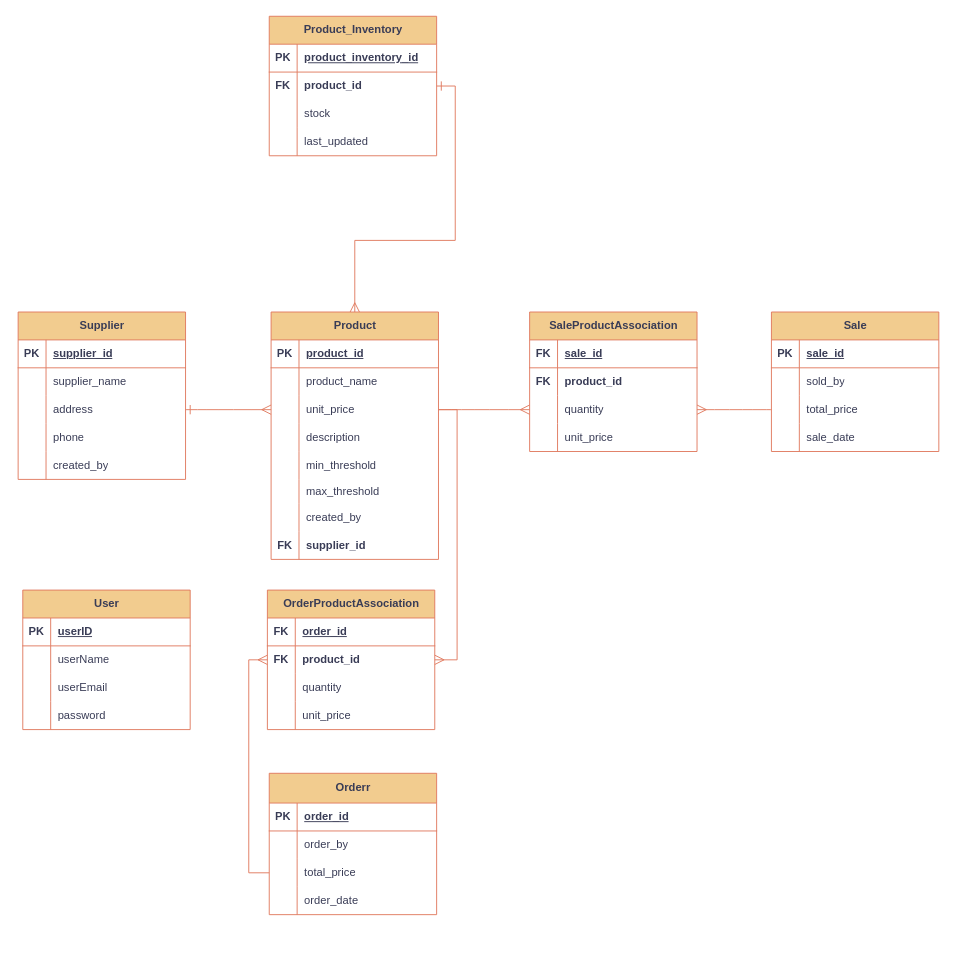
Before: data_modeling.drawio in SoriyaChan/wct2, a draw.io diagram. Source tidied: cells renumbered, new cells numbered last; positions are measured from the earlier drawing's top-left corner, leaving out a move shared by most shapes. Both pictures are drawn from the tidied source at 93%, with x=0, y=0 at pixel (18, 16).
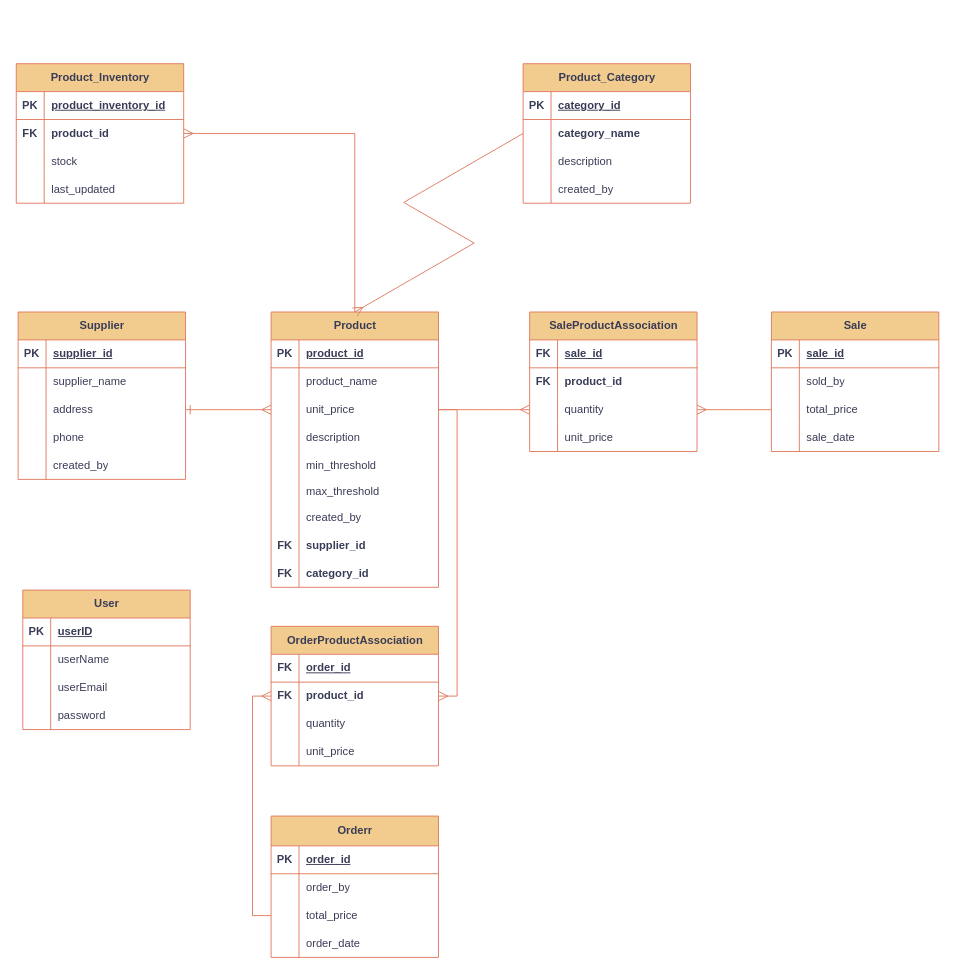
The same diagram, later.

Commit message (it also covers changes not shown here):
product relation (category)

The change refers to these unchanged cells:
```xml
<mxCell id="48" style="shape=tableRow;horizontal=0;startSize=0;swimlaneHead=0;swimlaneBody=0;fillColor=none;points=[[0,0.5],[1,0.5]];portConstraint=eastwest;top=0;left=0;right=0;bottom=0;labelBackgroundColor=none;strokeColor=#E07A5F;fontColor=#393C56;" parent="44" vertex="1">
  <mxGeometry y="60" width="180" height="30" as="geometry" />
</mxCell>
```

The edit, as a diff of the source:
```diff
@@
     <mxCell id="18" value="&lt;b&gt;Product&lt;/b&gt;" style="shape=table;startSize=30;childLayout=tableLayout;rowLines=0;fontStyle=0;align=center;html=1;labelBackgroundColor=none;fillColor=#F2CC8F;strokeColor=#E07A5F;fontColor=#393C56;" parent="1" vertex="1">
-      <mxGeometry x="272" y="318" width="180" height="266" as="geometry" />
+      <mxGeometry x="272" y="318" width="180" height="296" as="geometry" />
     </mxCell>
@@
+    <mxCell id="127" style="shape=tableRow;horizontal=0;startSize=0;swimlaneHead=0;swimlaneBody=0;fillColor=none;top=0;left=0;right=0;bottom=0;labelBackgroundColor=none;strokeColor=#E07A5F;fontColor=#393C56;" parent="18" vertex="1">
+      <mxGeometry y="266" width="180" height="30" as="geometry" />
+    </mxCell>
+    <mxCell id="128" value="FK" style="shape=partialRectangle;fillColor=none;top=0;left=0;bottom=0;right=0;overflow=hidden;whiteSpace=wrap;html=1;strokeColor=#E07A5F;fontStyle=1;labelBackgroundColor=none;fontColor=#393C56;" parent="127" vertex="1">
+      <mxGeometry width="30" height="30" as="geometry" />
+    </mxCell>
+    <mxCell id="129" value="category_id" style="shape=partialRectangle;fillColor=none;top=0;left=0;bottom=0;right=0;align=left;spacingLeft=6;overflow=hidden;whiteSpace=wrap;html=1;fontStyle=1;labelBackgroundColor=none;strokeColor=#E07A5F;fontColor=#393C56;" parent="127" vertex="1">
+      <mxGeometry x="30" width="150" height="30" as="geometry" />
+    </mxCell>
@@
     <mxCell id="44" value="Product_Inventory" style="shape=table;startSize=30;childLayout=tableLayout;rowLines=0;fontStyle=1;align=center;html=1;labelBackgroundColor=none;fillColor=#F2CC8F;strokeColor=#E07A5F;fontColor=#393C56;" parent="1" vertex="1">
-      <mxGeometry x="270" width="180" height="150" as="geometry" />
+      <mxGeometry x="-2" y="51" width="180" height="150" as="geometry" />
     </mxCell>
@@
-    <mxCell id="57" style="edgeStyle=orthogonalEdgeStyle;rounded=0;jettySize=auto;html=1;exitX=1;exitY=0.5;exitDx=0;exitDy=0;entryX=0.5;entryY=0;entryDx=0;entryDy=0;fontSize=12;startSize=8;endSize=8;startArrow=ERone;startFill=0;endArrow=ERmany;endFill=0;labelBackgroundColor=none;strokeColor=#E07A5F;fontColor=default;" parent="1" edge="1" source="48" target="18">
+    <mxCell id="57" style="edgeStyle=orthogonalEdgeStyle;rounded=0;jettySize=auto;html=1;exitX=1;exitY=0.5;exitDx=0;exitDy=0;entryX=0.5;entryY=0;entryDx=0;entryDy=0;fontSize=12;startSize=8;endSize=8;startArrow=ERmany;startFill=0;endArrow=none;endFill=0;labelBackgroundColor=none;strokeColor=#E07A5F;fontColor=default;" parent="1" edge="1" source="48" target="18">
       <mxGeometry relative="1" as="geometry">
         <Array as="points">
-          <mxPoint x="470" y="75" />
-          <mxPoint x="470" y="241" />
-          <mxPoint x="362" y="241" />
+          <mxPoint x="362" y="126" />
         </Array>
       </mxGeometry>
     </mxCell>
     <mxCell id="58" value="OrderProductAssociation" style="shape=table;startSize=30;childLayout=tableLayout;rowLines=0;fontStyle=1;align=center;html=1;labelBackgroundColor=none;fillColor=#F2CC8F;strokeColor=#E07A5F;fontColor=#393C56;" parent="1" vertex="1">
-      <mxGeometry x="268" y="617" width="180" height="150" as="geometry" />
+      <mxGeometry x="272" y="656" width="180" height="150" as="geometry" />
     </mxCell>
@@
     <mxCell id="101" value="Orderr" style="shape=table;startSize=32;childLayout=tableLayout;rowLines=0;fontStyle=1;align=center;html=1;labelBackgroundColor=none;fillColor=#F2CC8F;strokeColor=#E07A5F;fontColor=#393C56;" parent="1" vertex="1">
-      <mxGeometry x="270" y="814" width="180" height="152" as="geometry" />
+      <mxGeometry x="272" y="860" width="180" height="152" as="geometry" />
     </mxCell>
@@
+    <mxCell id="130" value="Product_Category" style="shape=table;startSize=30;childLayout=tableLayout;rowLines=0;fontStyle=1;align=center;html=1;labelBackgroundColor=none;fillColor=#F2CC8F;strokeColor=#E07A5F;fontColor=#393C56;" parent="1" vertex="1">
+      <mxGeometry x="543" y="51" width="180" height="150" as="geometry" />
+    </mxCell>
+    <mxCell id="131" style="shape=tableRow;horizontal=0;startSize=0;swimlaneHead=0;swimlaneBody=0;fillColor=none;top=0;left=0;right=0;bottom=1;labelBackgroundColor=none;strokeColor=#E07A5F;fontColor=#393C56;" parent="130" vertex="1">
+      <mxGeometry y="30" width="180" height="30" as="geometry" />
+    </mxCell>
+    <mxCell id="132" value="PK" style="shape=partialRectangle;fillColor=none;top=0;left=0;bottom=0;right=0;fontStyle=1;overflow=hidden;whiteSpace=wrap;html=1;labelBackgroundColor=none;strokeColor=#E07A5F;fontColor=#393C56;" parent="131" vertex="1">
+      <mxGeometry width="30" height="30" as="geometry" />
+    </mxCell>
+    <mxCell id="133" value="category_id" style="shape=partialRectangle;fillColor=none;top=0;left=0;bottom=0;right=0;align=left;spacingLeft=6;fontStyle=5;overflow=hidden;whiteSpace=wrap;html=1;labelBackgroundColor=none;strokeColor=#E07A5F;fontColor=#393C56;" parent="131" vertex="1">
+      <mxGeometry x="30" width="150" height="30" as="geometry" />
+    </mxCell>
+    <mxCell id="134" style="shape=tableRow;horizontal=0;startSize=0;swimlaneHead=0;swimlaneBody=0;fillColor=none;points=[[0,0.5],[1,0.5]];portConstraint=eastwest;top=0;left=0;right=0;bottom=0;labelBackgroundColor=none;strokeColor=#E07A5F;fontColor=#393C56;" parent="130" vertex="1">
+      <mxGeometry y="60" width="180" height="30" as="geometry" />
+    </mxCell>
+    <mxCell id="135" style="shape=partialRectangle;fillColor=none;top=0;left=0;bottom=0;right=0;overflow=hidden;whiteSpace=wrap;html=1;fontStyle=1;labelBackgroundColor=none;strokeColor=#E07A5F;fontColor=#393C56;" parent="134" vertex="1">
+      <mxGeometry width="30" height="30" as="geometry" />
+    </mxCell>
+    <mxCell id="136" value="category_name" style="shape=partialRectangle;fillColor=none;top=0;left=0;bottom=0;right=0;align=left;spacingLeft=6;overflow=hidden;whiteSpace=wrap;html=1;fontStyle=1;labelBackgroundColor=none;strokeColor=#E07A5F;fontColor=#393C56;" parent="134" vertex="1">
+      <mxGeometry x="30" width="150" height="30" as="geometry" />
+    </mxCell>
+    <mxCell id="137" style="shape=tableRow;horizontal=0;startSize=0;swimlaneHead=0;swimlaneBody=0;fillColor=none;top=0;left=0;right=0;bottom=0;labelBackgroundColor=none;strokeColor=#E07A5F;fontColor=#393C56;" parent="130" vertex="1">
+      <mxGeometry y="90" width="180" height="30" as="geometry" />
+    </mxCell>
+    <mxCell id="138" style="shape=partialRectangle;fillColor=none;top=0;left=0;bottom=0;right=0;overflow=hidden;whiteSpace=wrap;html=1;labelBackgroundColor=none;strokeColor=#E07A5F;fontColor=#393C56;" parent="137" vertex="1">
+      <mxGeometry width="30" height="30" as="geometry" />
+    </mxCell>
+    <mxCell id="139" value="description" style="shape=partialRectangle;fillColor=none;top=0;left=0;bottom=0;right=0;align=left;spacingLeft=6;overflow=hidden;whiteSpace=wrap;html=1;labelBackgroundColor=none;strokeColor=#E07A5F;fontColor=#393C56;" parent="137" vertex="1">
+      <mxGeometry x="30" width="150" height="30" as="geometry" />
+    </mxCell>
+    <mxCell id="140" style="shape=tableRow;horizontal=0;startSize=0;swimlaneHead=0;swimlaneBody=0;fillColor=none;top=0;left=0;right=0;bottom=0;labelBackgroundColor=none;strokeColor=#E07A5F;fontColor=#393C56;" parent="130" vertex="1">
+      <mxGeometry y="120" width="180" height="30" as="geometry" />
+    </mxCell>
+    <mxCell id="141" style="shape=partialRectangle;fillColor=none;top=0;left=0;bottom=0;right=0;overflow=hidden;whiteSpace=wrap;html=1;labelBackgroundColor=none;strokeColor=#E07A5F;fontColor=#393C56;" parent="140" vertex="1">
+      <mxGeometry width="30" height="30" as="geometry" />
+    </mxCell>
+    <mxCell id="142" value="created_by" style="shape=partialRectangle;fillColor=none;top=0;left=0;bottom=0;right=0;align=left;spacingLeft=6;overflow=hidden;whiteSpace=wrap;html=1;labelBackgroundColor=none;strokeColor=#E07A5F;fontColor=#393C56;" parent="140" vertex="1">
+      <mxGeometry x="30" width="150" height="30" as="geometry" />
+    </mxCell>
+    <mxCell id="143" style="edgeStyle=isometricEdgeStyle;rounded=0;jettySize=auto;html=1;exitX=0;exitY=0.5;exitDx=0;exitDy=0;entryX=0.5;entryY=0;entryDx=0;entryDy=0;fontSize=12;startSize=8;endSize=8;fillColor=#fff2cc;strokeColor=light-dark(#e07a5f, #6d5100);endArrow=ERmany;endFill=0;startArrow=none;startFill=0;" parent="1" edge="1" source="134" target="18">
+      <mxGeometry relative="1" as="geometry" />
+    </mxCell>
```
